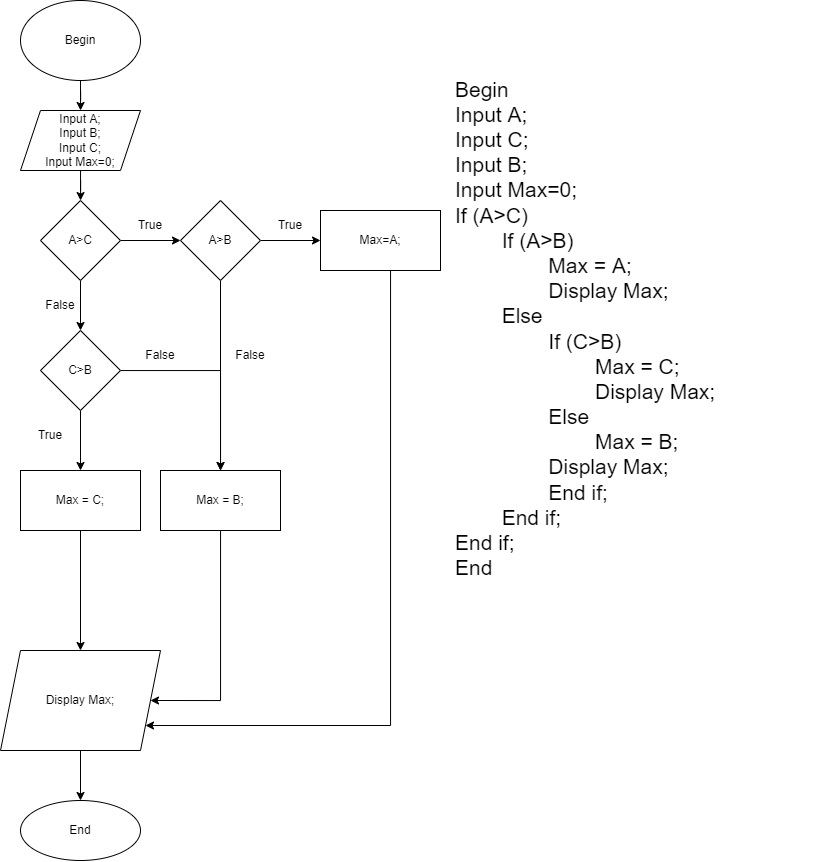
Earlier version of the draw.io export Module 1/ss3_giai_ma_luu_do/bai tap/Mô tả thuật toán tìm giá trị lớn nhất trong 3 số.drawio.png (PhuHuynh263/a0422i1_HuynhBaDaiPhu). Source tidied: cells renumbered, new cells last; positions are measured from the earlier drawing's top-left corner, leaving out a move shared by most shapes.
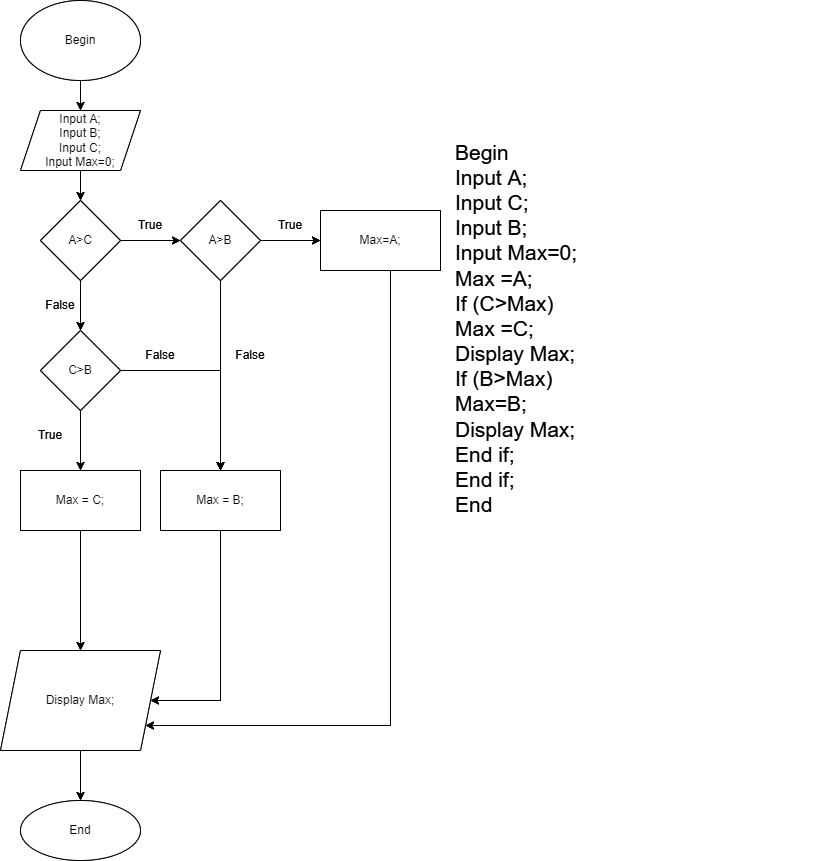
The same diagram one commit later.

Diff of the diagram source:
```diff
@@ -62,7 +62,7 @@
     <mxCell id="19" value="End" style="ellipse;whiteSpace=wrap;html=1;" parent="1" vertex="1">
       <mxGeometry x="20" y="800" width="120" height="60" as="geometry" />
     </mxCell>
-    <mxCell id="20" value="Begin&lt;br style=&quot;font-size: 21px;&quot;&gt;Input A;&lt;br style=&quot;font-size: 21px;&quot;&gt;Input C;&lt;br style=&quot;font-size: 21px;&quot;&gt;Input B;&lt;br style=&quot;font-size: 21px;&quot;&gt;Input Max=0;&lt;br style=&quot;font-size: 21px;&quot;&gt;If (A&amp;gt;C)&lt;br style=&quot;font-size: 21px;&quot;&gt;&lt;span style=&quot;font-size: 21px;&quot;&gt;&#9;&lt;/span&gt;&lt;span style=&quot;white-space: pre; font-size: 21px;&quot;&gt;&#9;&lt;/span&gt;If (A&amp;gt;B)&lt;br style=&quot;font-size: 21px;&quot;&gt;&lt;span style=&quot;font-size: 21px;&quot;&gt;&#9;&lt;/span&gt;&lt;span style=&quot;font-size: 21px;&quot;&gt;&#9;&lt;/span&gt;&lt;span style=&quot;white-space: pre; font-size: 21px;&quot;&gt;&#9;&lt;/span&gt;&lt;span style=&quot;white-space: pre; font-size: 21px;&quot;&gt;&#9;&lt;/span&gt;Max = A;&lt;br style=&quot;font-size: 21px;&quot;&gt;&lt;span style=&quot;font-size: 21px;&quot;&gt;&#9;&lt;/span&gt;&lt;span style=&quot;font-size: 21px;&quot;&gt;&#9;&lt;/span&gt;&lt;span style=&quot;white-space: pre; font-size: 21px;&quot;&gt;&#9;&lt;/span&gt;&lt;span style=&quot;white-space: pre; font-size: 21px;&quot;&gt;&#9;&lt;/span&gt;Display Max;&lt;br style=&quot;font-size: 21px;&quot;&gt;&lt;span style=&quot;font-size: 21px;&quot;&gt;&#9;&lt;/span&gt;&lt;span style=&quot;white-space: pre; font-size: 21px;&quot;&gt;&#9;&lt;/span&gt;Else&amp;nbsp;&lt;br style=&quot;font-size: 21px;&quot;&gt;&lt;span style=&quot;white-space: pre; font-size: 21px;&quot;&gt;&#9;&lt;/span&gt;&lt;span style=&quot;white-space: pre; font-size: 21px;&quot;&gt;&#9;&lt;/span&gt;If (C&amp;gt;B)&lt;br style=&quot;font-size: 21px;&quot;&gt;&lt;span style=&quot;font-size: 21px;&quot;&gt;&#9;&lt;/span&gt;&lt;span style=&quot;font-size: 21px;&quot;&gt;&#9;&lt;/span&gt;&lt;span style=&quot;white-space: pre; font-size: 21px;&quot;&gt;&#9;&lt;/span&gt;&lt;span style=&quot;white-space: pre; font-size: 21px;&quot;&gt;&#9;&lt;/span&gt;&lt;span style=&quot;white-space: pre; font-size: 21px;&quot;&gt;&#9;&lt;/span&gt;Max = C;&lt;br style=&quot;font-size: 21px;&quot;&gt;&lt;span style=&quot;font-size: 21px;&quot;&gt;&#9;&lt;/span&gt;&lt;span style=&quot;font-size: 21px;&quot;&gt;&#9;&lt;/span&gt;&lt;span style=&quot;white-space: pre; font-size: 21px;&quot;&gt;&#9;&lt;/span&gt;&lt;span style=&quot;white-space: pre; font-size: 21px;&quot;&gt;&#9;&lt;/span&gt;&lt;span style=&quot;white-space: pre; font-size: 21px;&quot;&gt;&#9;&lt;/span&gt;Display Max;&lt;br style=&quot;font-size: 21px;&quot;&gt;&lt;span style=&quot;font-size: 21px;&quot;&gt;&#9;&lt;/span&gt;&lt;span style=&quot;font-size: 21px;&quot;&gt;&#9;&lt;/span&gt;&lt;span style=&quot;white-space: pre; font-size: 21px;&quot;&gt;&#9;&lt;/span&gt;&lt;span style=&quot;white-space: pre; font-size: 21px;&quot;&gt;&#9;&lt;/span&gt;Else&lt;br style=&quot;font-size: 21px;&quot;&gt;&lt;span style=&quot;font-size: 21px;&quot;&gt;&#9;&lt;/span&gt;&lt;span style=&quot;font-size: 21px;&quot;&gt;&#9;&lt;/span&gt;&lt;span style=&quot;white-space: pre; font-size: 21px;&quot;&gt;&#9;&lt;/span&gt;&lt;span style=&quot;white-space: pre; font-size: 21px;&quot;&gt;&#9;&lt;/span&gt;&lt;span style=&quot;white-space: pre; font-size: 21px;&quot;&gt;&#9;&lt;/span&gt;Max = B;&lt;br style=&quot;font-size: 21px;&quot;&gt;&lt;span style=&quot;white-space: pre; font-size: 21px;&quot;&gt;&#9;&lt;/span&gt;&lt;span style=&quot;white-space: pre; font-size: 21px;&quot;&gt;&#9;&lt;/span&gt;Display Max;&lt;br style=&quot;font-size: 21px;&quot;&gt;&lt;span style=&quot;white-space: pre; font-size: 21px;&quot;&gt;&#9;&lt;/span&gt;&lt;span style=&quot;white-space: pre; font-size: 21px;&quot;&gt;&#9;&lt;/span&gt;End if;&lt;br style=&quot;font-size: 21px;&quot;&gt;&lt;span style=&quot;font-size: 21px;&quot;&gt;&#9;&lt;/span&gt;&lt;span style=&quot;white-space: pre; font-size: 21px;&quot;&gt;&#9;&lt;/span&gt;End if;&lt;br style=&quot;font-size: 21px;&quot;&gt;End if;&lt;br style=&quot;font-size: 21px;&quot;&gt;End" style="text;html=1;strokeColor=none;fillColor=none;spacing=5;spacingTop=-20;whiteSpace=wrap;overflow=hidden;rounded=0;fontSize=21;align=left;verticalAlign=middle;" parent="1" vertex="1">
+    <mxCell id="20" value="Begin&lt;br style=&quot;font-size: 21px;&quot;&gt;Input A;&lt;br style=&quot;font-size: 21px;&quot;&gt;Input C;&lt;br style=&quot;font-size: 21px;&quot;&gt;Input B;&lt;br style=&quot;font-size: 21px;&quot;&gt;Input Max=0;&lt;br style=&quot;font-size: 21px;&quot;&gt;Max =A;&lt;br&gt;If (C&amp;gt;Max)&lt;br&gt;Max =C;&lt;br&gt;Display Max;&lt;br&gt;If (B&amp;gt;Max)&lt;br&gt;Max=B;&lt;br&gt;Display Max;&lt;br&gt;End if;&lt;br&gt;End if;&amp;nbsp;&lt;br&gt;End" style="text;html=1;strokeColor=none;fillColor=none;spacing=5;spacingTop=-20;whiteSpace=wrap;overflow=hidden;rounded=0;fontSize=21;align=left;verticalAlign=middle;" parent="1" vertex="1">
       <mxGeometry x="450" y="35" width="369" height="605" as="geometry" />
     </mxCell>
     <mxCell id="21" style="edgeStyle=orthogonalEdgeStyle;rounded=0;jettySize=auto;html=1;entryX=1;entryY=0.5;entryDx=0;entryDy=0;" parent="1" edge="1" source="22" target="15">
@@ -99,5 +99,102 @@
     <mxCell id="30" value="False" style="text;html=1;strokeColor=none;fillColor=none;align=center;verticalAlign=middle;whiteSpace=wrap;rounded=0;" parent="1" vertex="1">
       <mxGeometry x="130" y="340" width="60" height="30" as="geometry" />
     </mxCell>
+    <mxCell id="31" style="edgeStyle=orthogonalEdgeStyle;rounded=0;jettySize=auto;html=1;" parent="1" edge="1" source="32" target="34">
+      <mxGeometry relative="1" as="geometry" />
+    </mxCell>
+    <mxCell id="32" value="Begin" style="ellipse;whiteSpace=wrap;html=1;" parent="1" vertex="1">
+      <mxGeometry x="20" width="120" height="80" as="geometry" />
+    </mxCell>
+    <mxCell id="33" style="edgeStyle=orthogonalEdgeStyle;rounded=0;jettySize=auto;html=1;" parent="1" edge="1" source="34" target="37">
+      <mxGeometry relative="1" as="geometry" />
+    </mxCell>
+    <mxCell id="34" value="Input A;&lt;br&gt;Input B;&lt;br&gt;Input C;&lt;br&gt;Input Max=0;" style="shape=parallelogram;perimeter=parallelogramPerimeter;whiteSpace=wrap;html=1;fixedSize=1;" parent="1" vertex="1">
+      <mxGeometry x="20" y="110" width="120" height="60" as="geometry" />
+    </mxCell>
+    <mxCell id="35" style="edgeStyle=orthogonalEdgeStyle;rounded=0;jettySize=auto;html=1;" parent="1" edge="1" source="37" target="40">
+      <mxGeometry relative="1" as="geometry" />
+    </mxCell>
+    <mxCell id="36" style="edgeStyle=orthogonalEdgeStyle;rounded=0;jettySize=auto;html=1;" parent="1" edge="1" source="37">
+      <mxGeometry relative="1" as="geometry">
+        <mxPoint x="80" y="330" as="targetPoint" />
+      </mxGeometry>
+    </mxCell>
+    <mxCell id="37" value="A&amp;gt;C" style="rhombus;whiteSpace=wrap;html=1;" parent="1" vertex="1">
+      <mxGeometry x="40" y="200" width="80" height="80" as="geometry" />
+    </mxCell>
+    <mxCell id="38" style="edgeStyle=orthogonalEdgeStyle;rounded=0;jettySize=auto;html=1;" parent="1" edge="1" source="40" target="42">
+      <mxGeometry relative="1" as="geometry" />
+    </mxCell>
+    <mxCell id="39" style="edgeStyle=orthogonalEdgeStyle;rounded=0;jettySize=auto;html=1;" parent="1" edge="1" source="40" target="51">
+      <mxGeometry relative="1" as="geometry" />
+    </mxCell>
+    <mxCell id="40" value="A&amp;gt;B" style="rhombus;whiteSpace=wrap;html=1;" parent="1" vertex="1">
+      <mxGeometry x="180" y="200" width="80" height="80" as="geometry" />
+    </mxCell>
+    <mxCell id="41" style="edgeStyle=orthogonalEdgeStyle;rounded=0;jettySize=auto;html=1;" parent="1" edge="1" source="42" target="44">
+      <mxGeometry relative="1" as="geometry">
+        <Array as="points">
+          <mxPoint x="390" y="725" />
+        </Array>
+      </mxGeometry>
+    </mxCell>
+    <mxCell id="42" value="Max=A;" style="whiteSpace=wrap;html=1;" parent="1" vertex="1">
+      <mxGeometry x="320" y="210" width="120" height="60" as="geometry" />
+    </mxCell>
+    <mxCell id="43" style="edgeStyle=orthogonalEdgeStyle;rounded=0;jettySize=auto;html=1;" parent="1" edge="1" source="44" target="48">
+      <mxGeometry relative="1" as="geometry" />
+    </mxCell>
+    <mxCell id="44" value="Display Max;" style="shape=parallelogram;perimeter=parallelogramPerimeter;whiteSpace=wrap;html=1;fixedSize=1;" parent="1" vertex="1">
+      <mxGeometry y="650" width="160" height="100" as="geometry" />
+    </mxCell>
+    <mxCell id="45" value="True" style="text;html=1;strokeColor=none;fillColor=none;align=center;verticalAlign=middle;whiteSpace=wrap;rounded=0;" parent="1" vertex="1">
+      <mxGeometry x="120" y="210" width="60" height="30" as="geometry" />
+    </mxCell>
+    <mxCell id="46" value="True" style="text;html=1;strokeColor=none;fillColor=none;align=center;verticalAlign=middle;whiteSpace=wrap;rounded=0;" parent="1" vertex="1">
+      <mxGeometry x="260" y="210" width="60" height="30" as="geometry" />
+    </mxCell>
+    <mxCell id="47" value="False" style="text;html=1;strokeColor=none;fillColor=none;align=center;verticalAlign=middle;whiteSpace=wrap;rounded=0;" parent="1" vertex="1">
+      <mxGeometry x="30" y="290" width="60" height="30" as="geometry" />
+    </mxCell>
+    <mxCell id="48" value="End" style="ellipse;whiteSpace=wrap;html=1;" parent="1" vertex="1">
+      <mxGeometry x="20" y="800" width="120" height="60" as="geometry" />
+    </mxCell>
+    <mxCell id="49" value="Begin&lt;br style=&quot;font-size: 21px;&quot;&gt;Input A;&lt;br style=&quot;font-size: 21px;&quot;&gt;Input C;&lt;br style=&quot;font-size: 21px;&quot;&gt;Input B;&lt;br style=&quot;font-size: 21px;&quot;&gt;Input Max=0;&lt;br style=&quot;font-size: 21px;&quot;&gt;Max =A;&lt;br&gt;If (C&amp;gt;Max)&lt;br&gt;Max =C;&lt;br&gt;Display Max;&lt;br&gt;If (B&amp;gt;Max)&lt;br&gt;Max=B;&lt;br&gt;Display Max;&lt;br&gt;End if;&lt;br&gt;End if;&amp;nbsp;&lt;br&gt;End" style="text;html=1;strokeColor=none;fillColor=none;spacing=5;spacingTop=-20;whiteSpace=wrap;overflow=hidden;rounded=0;fontSize=21;align=left;verticalAlign=middle;" parent="1" vertex="1">
+      <mxGeometry x="450" y="35" width="369" height="605" as="geometry" />
+    </mxCell>
+    <mxCell id="50" style="edgeStyle=orthogonalEdgeStyle;rounded=0;jettySize=auto;html=1;entryX=1;entryY=0.5;entryDx=0;entryDy=0;" parent="1" edge="1" source="51" target="44">
+      <mxGeometry relative="1" as="geometry">
+        <Array as="points">
+          <mxPoint x="220" y="700" />
+        </Array>
+      </mxGeometry>
+    </mxCell>
+    <mxCell id="51" value="Max = B;" style="whiteSpace=wrap;html=1;" parent="1" vertex="1">
+      <mxGeometry x="160" y="470" width="120" height="60" as="geometry" />
+    </mxCell>
+    <mxCell id="52" value="False" style="text;html=1;strokeColor=none;fillColor=none;align=center;verticalAlign=middle;whiteSpace=wrap;rounded=0;" parent="1" vertex="1">
+      <mxGeometry x="220" y="340" width="60" height="30" as="geometry" />
+    </mxCell>
+    <mxCell id="53" style="edgeStyle=orthogonalEdgeStyle;rounded=0;jettySize=auto;html=1;" parent="1" edge="1" source="55" target="57">
+      <mxGeometry relative="1" as="geometry" />
+    </mxCell>
+    <mxCell id="54" style="edgeStyle=orthogonalEdgeStyle;rounded=0;jettySize=auto;html=1;" parent="1" edge="1" source="55" target="51">
+      <mxGeometry relative="1" as="geometry" />
+    </mxCell>
+    <mxCell id="55" value="C&amp;gt;B" style="rhombus;whiteSpace=wrap;html=1;" parent="1" vertex="1">
+      <mxGeometry x="40" y="330" width="80" height="80" as="geometry" />
+    </mxCell>
+    <mxCell id="56" style="edgeStyle=orthogonalEdgeStyle;rounded=0;jettySize=auto;html=1;" parent="1" edge="1" source="57" target="44">
+      <mxGeometry relative="1" as="geometry" />
+    </mxCell>
+    <mxCell id="57" value="Max = C;" style="whiteSpace=wrap;html=1;" parent="1" vertex="1">
+      <mxGeometry x="20" y="470" width="120" height="60" as="geometry" />
+    </mxCell>
+    <mxCell id="58" value="True" style="text;html=1;strokeColor=none;fillColor=none;align=center;verticalAlign=middle;whiteSpace=wrap;rounded=0;" parent="1" vertex="1">
+      <mxGeometry x="20" y="420" width="60" height="30" as="geometry" />
+    </mxCell>
+    <mxCell id="59" value="False" style="text;html=1;strokeColor=none;fillColor=none;align=center;verticalAlign=middle;whiteSpace=wrap;rounded=0;" parent="1" vertex="1">
+      <mxGeometry x="130" y="340" width="60" height="30" as="geometry" />
+    </mxCell>
   </root>
 </mxGraphModel>
```
